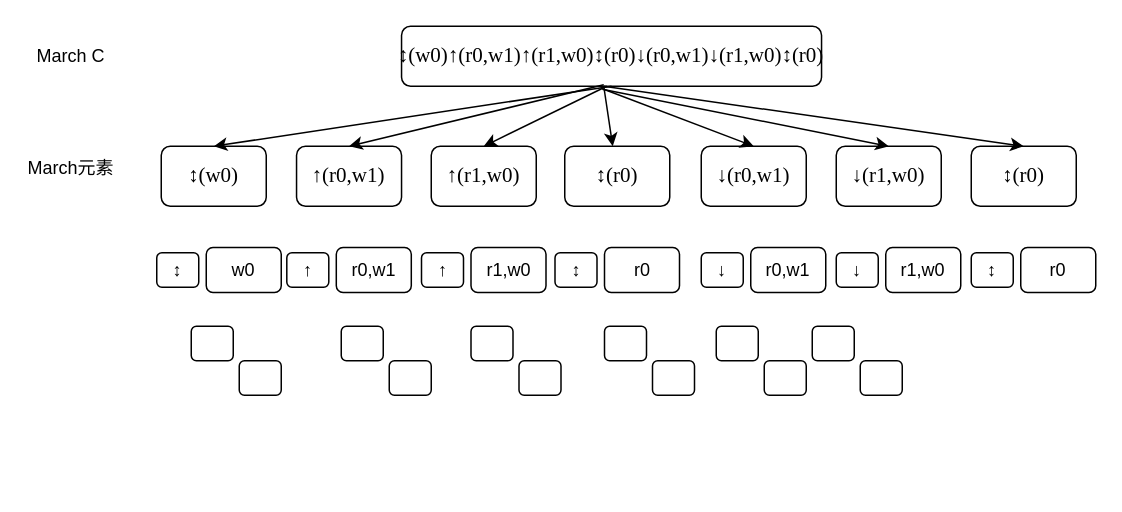
Earlier version of the draw.io diagram doc/March C表达式.drawio (shanshan-lu/homwork). Source tidied: cells renumbered, new cells numbered last; positions are measured from the earlier drawing's top-left corner, leaving out a move shared by most shapes. Both pictures are drawn from the tidied source at 150%, with x=0, y=0 at pixel (26, 26).
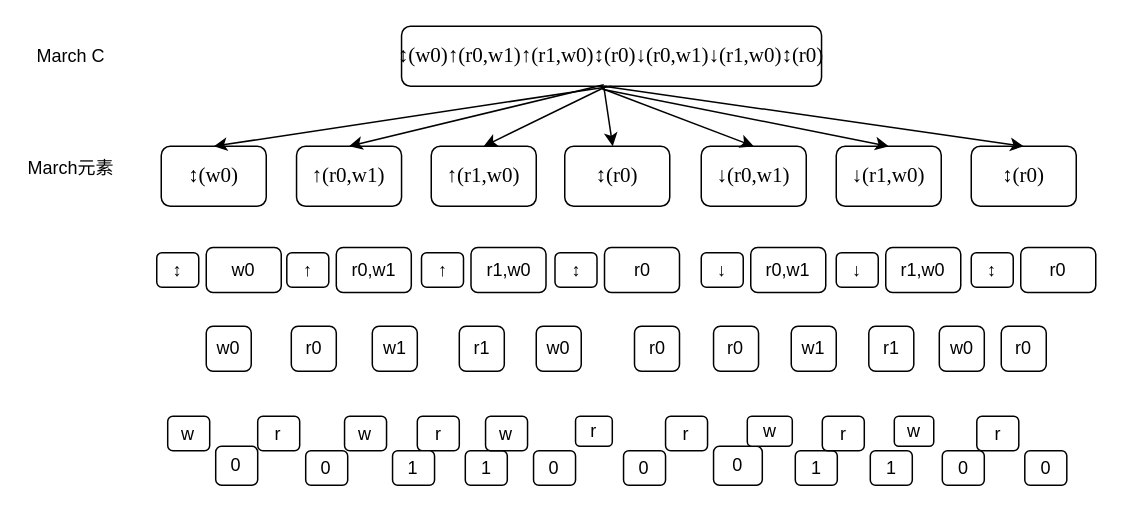
The same diagram, later.

Commit message (it also covers changes not shown here):
更新March C表达式.drawio

Diff of the diagram source:
```diff
@@
-    <mxCell id="33" style="rounded=1;whiteSpace=wrap;html=1;" parent="1" vertex="1">
-      <mxGeometry x="110" y="200" width="28" height="23" as="geometry" />
+    <mxCell id="33" value="w" style="rounded=1;whiteSpace=wrap;html=1;" parent="1" vertex="1">
+      <mxGeometry x="94.3" y="260" width="28" height="23" as="geometry" />
     </mxCell>
-    <mxCell id="34" style="rounded=1;whiteSpace=wrap;html=1;" parent="1" vertex="1">
-      <mxGeometry x="142" y="223" width="28" height="23" as="geometry" />
+    <mxCell id="34" value="0" style="rounded=1;whiteSpace=wrap;html=1;" parent="1" vertex="1">
+      <mxGeometry x="126.3" y="280" width="28" height="26" as="geometry" />
     </mxCell>
-    <mxCell id="35" style="rounded=1;whiteSpace=wrap;html=1;" parent="1" vertex="1">
-      <mxGeometry x="210" y="200" width="28" height="23" as="geometry" />
+    <mxCell id="35" value="r" style="rounded=1;whiteSpace=wrap;html=1;" parent="1" vertex="1">
+      <mxGeometry x="154.3" y="260" width="28" height="23" as="geometry" />
     </mxCell>
-    <mxCell id="36" style="rounded=1;whiteSpace=wrap;html=1;" parent="1" vertex="1">
-      <mxGeometry x="242" y="223" width="28" height="23" as="geometry" />
+    <mxCell id="36" value="0" style="rounded=1;whiteSpace=wrap;html=1;" parent="1" vertex="1">
+      <mxGeometry x="186.3" y="283" width="28" height="23" as="geometry" />
     </mxCell>
-    <mxCell id="37" style="rounded=1;whiteSpace=wrap;html=1;" parent="1" vertex="1">
-      <mxGeometry x="296.5" y="200" width="28" height="23" as="geometry" />
+    <mxCell id="37" value="r" style="rounded=1;whiteSpace=wrap;html=1;" parent="1" vertex="1">
+      <mxGeometry x="260.7" y="260" width="28" height="23" as="geometry" />
     </mxCell>
-    <mxCell id="38" style="rounded=1;whiteSpace=wrap;html=1;" parent="1" vertex="1">
-      <mxGeometry x="328.5" y="223" width="28" height="23" as="geometry" />
+    <mxCell id="38" value="1" style="rounded=1;whiteSpace=wrap;html=1;" parent="1" vertex="1">
+      <mxGeometry x="292.7" y="283" width="28" height="23" as="geometry" />
     </mxCell>
-    <mxCell id="39" style="rounded=1;whiteSpace=wrap;html=1;" parent="1" vertex="1">
-      <mxGeometry x="385.5" y="200" width="28" height="23" as="geometry" />
+    <mxCell id="39" value="r" style="rounded=1;whiteSpace=wrap;html=1;" parent="1" vertex="1">
+      <mxGeometry x="366.2" y="260" width="24.5" height="20" as="geometry" />
     </mxCell>
-    <mxCell id="40" style="rounded=1;whiteSpace=wrap;html=1;" parent="1" vertex="1">
-      <mxGeometry x="417.5" y="223" width="28" height="23" as="geometry" />
+    <mxCell id="40" value="0" style="rounded=1;whiteSpace=wrap;html=1;" parent="1" vertex="1">
+      <mxGeometry x="398.2" y="283" width="28" height="23" as="geometry" />
     </mxCell>
-    <mxCell id="41" style="rounded=1;whiteSpace=wrap;html=1;" parent="1" vertex="1">
-      <mxGeometry x="460" y="200" width="28" height="23" as="geometry" />
+    <mxCell id="41" value="r" style="rounded=1;whiteSpace=wrap;html=1;" parent="1" vertex="1">
+      <mxGeometry x="426.2" y="260" width="28" height="23" as="geometry" />
     </mxCell>
-    <mxCell id="42" style="rounded=1;whiteSpace=wrap;html=1;" parent="1" vertex="1">
-      <mxGeometry x="492" y="223" width="28" height="23" as="geometry" />
+    <mxCell id="42" value="0" style="rounded=1;whiteSpace=wrap;html=1;" parent="1" vertex="1">
+      <mxGeometry x="458.2" y="280" width="32.5" height="26" as="geometry" />
     </mxCell>
-    <mxCell id="43" style="rounded=1;whiteSpace=wrap;html=1;" parent="1" vertex="1">
-      <mxGeometry x="524" y="200" width="28" height="23" as="geometry" />
+    <mxCell id="43" value="w" style="rounded=1;whiteSpace=wrap;html=1;" parent="1" vertex="1">
+      <mxGeometry x="480.7" y="260" width="30" height="20" as="geometry" />
     </mxCell>
-    <mxCell id="44" style="rounded=1;whiteSpace=wrap;html=1;" parent="1" vertex="1">
-      <mxGeometry x="556" y="223" width="28" height="23" as="geometry" />
+    <mxCell id="44" value="1" style="rounded=1;whiteSpace=wrap;html=1;" parent="1" vertex="1">
+      <mxGeometry x="512.7" y="283" width="28" height="23" as="geometry" />
     </mxCell>
+    <mxCell id="45" value="w" style="rounded=1;whiteSpace=wrap;html=1;" parent="1" vertex="1">
+      <mxGeometry x="212.2" y="260" width="28" height="23" as="geometry" />
+    </mxCell>
+    <mxCell id="46" value="1" style="rounded=1;whiteSpace=wrap;html=1;" parent="1" vertex="1">
+      <mxGeometry x="244.2" y="283" width="28" height="23" as="geometry" />
+    </mxCell>
+    <mxCell id="47" value="w" style="rounded=1;whiteSpace=wrap;html=1;" parent="1" vertex="1">
+      <mxGeometry x="306.2" y="260" width="28" height="23" as="geometry" />
+    </mxCell>
+    <mxCell id="48" value="0" style="rounded=1;whiteSpace=wrap;html=1;" parent="1" vertex="1">
+      <mxGeometry x="338.2" y="283" width="28" height="23" as="geometry" />
+    </mxCell>
+    <mxCell id="49" value="r" style="rounded=1;whiteSpace=wrap;html=1;" parent="1" vertex="1">
+      <mxGeometry x="530.7" y="260" width="28" height="23" as="geometry" />
+    </mxCell>
+    <mxCell id="50" value="1" style="rounded=1;whiteSpace=wrap;html=1;" parent="1" vertex="1">
+      <mxGeometry x="562.7" y="283" width="28" height="23" as="geometry" />
+    </mxCell>
+    <mxCell id="51" value="w" style="rounded=1;whiteSpace=wrap;html=1;" parent="1" vertex="1">
+      <mxGeometry x="578.7" y="260" width="26.3" height="20" as="geometry" />
+    </mxCell>
+    <mxCell id="52" value="0" style="rounded=1;whiteSpace=wrap;html=1;" parent="1" vertex="1">
+      <mxGeometry x="610.7" y="283" width="28" height="23" as="geometry" />
+    </mxCell>
+    <mxCell id="53" value="r" style="rounded=1;whiteSpace=wrap;html=1;" parent="1" vertex="1">
+      <mxGeometry x="633.7" y="260" width="28" height="23" as="geometry" />
+    </mxCell>
+    <mxCell id="54" value="0" style="rounded=1;whiteSpace=wrap;html=1;" parent="1" vertex="1">
+      <mxGeometry x="665.7" y="283" width="28" height="23" as="geometry" />
+    </mxCell>
+    <mxCell id="55" value="w0" style="rounded=1;whiteSpace=wrap;html=1;" parent="1" vertex="1">
+      <mxGeometry x="120" y="200" width="30" height="30" as="geometry" />
+    </mxCell>
+    <mxCell id="56" value="r0" style="rounded=1;whiteSpace=wrap;html=1;" parent="1" vertex="1">
+      <mxGeometry x="176.7" y="200" width="30" height="30" as="geometry" />
+    </mxCell>
+    <mxCell id="57" value="w1" style="rounded=1;whiteSpace=wrap;html=1;" parent="1" vertex="1">
+      <mxGeometry x="230.7" y="200" width="30" height="30" as="geometry" />
+    </mxCell>
+    <mxCell id="58" value="r1" style="rounded=1;whiteSpace=wrap;html=1;" parent="1" vertex="1">
+      <mxGeometry x="288.7" y="200" width="30" height="30" as="geometry" />
+    </mxCell>
+    <mxCell id="59" value="w0" style="rounded=1;whiteSpace=wrap;html=1;" parent="1" vertex="1">
+      <mxGeometry x="340" y="200" width="30" height="30" as="geometry" />
+    </mxCell>
+    <mxCell id="60" value="r0" style="rounded=1;whiteSpace=wrap;html=1;" parent="1" vertex="1">
+      <mxGeometry x="405.5" y="200" width="30" height="30" as="geometry" />
+    </mxCell>
+    <mxCell id="61" value="r0" style="rounded=1;whiteSpace=wrap;html=1;" parent="1" vertex="1">
+      <mxGeometry x="458.2" y="200" width="30" height="30" as="geometry" />
+    </mxCell>
+    <mxCell id="62" value="w1" style="rounded=1;whiteSpace=wrap;html=1;" parent="1" vertex="1">
+      <mxGeometry x="510" y="200" width="30" height="30" as="geometry" />
+    </mxCell>
+    <mxCell id="63" value="r1" style="rounded=1;whiteSpace=wrap;html=1;" parent="1" vertex="1">
+      <mxGeometry x="561.7" y="200" width="30" height="30" as="geometry" />
+    </mxCell>
+    <mxCell id="64" value="w0" style="rounded=1;whiteSpace=wrap;html=1;" parent="1" vertex="1">
+      <mxGeometry x="608.7" y="200" width="30" height="30" as="geometry" />
+    </mxCell>
+    <mxCell id="65" value="r0" style="rounded=1;whiteSpace=wrap;html=1;" parent="1" vertex="1">
+      <mxGeometry x="650" y="200" width="30" height="30" as="geometry" />
+    </mxCell>
```
